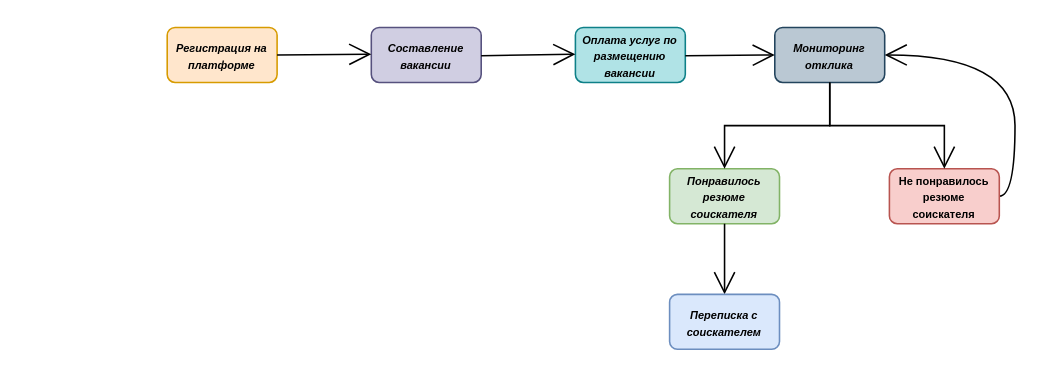
Nochoooo/internet-technologies keeps this draw.io diagram as Life_cycle.drawio. Above is the earlier version. Source tidied: cells renumbered, new cells numbered last; positions are measured from the earlier drawing's top-left corner, leaving out a move shared by most shapes. Both pictures are drawn from the tidied source at 157%, with x=0, y=0 at pixel (166, 27).
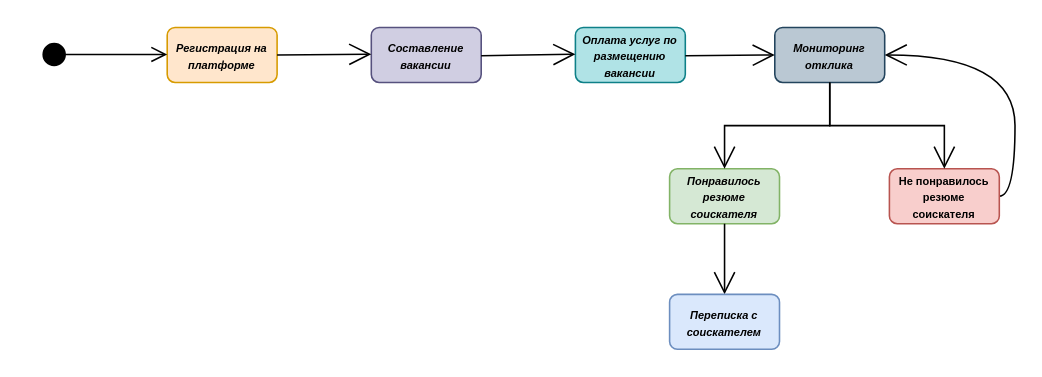
After the change.

What changed in the source:
```diff
@@
+    <mxCell id="16" style="html=1;verticalAlign=bottom;startArrow=circle;startFill=1;endArrow=open;startSize=6;endSize=8;curved=0;rounded=0;" parent="1" edge="1">
+      <mxGeometry relative="1" as="geometry">
+        <mxPoint x="-80" y="17.2" as="sourcePoint" />
+        <mxPoint y="17.2" as="targetPoint" />
+      </mxGeometry>
+    </mxCell>
```
